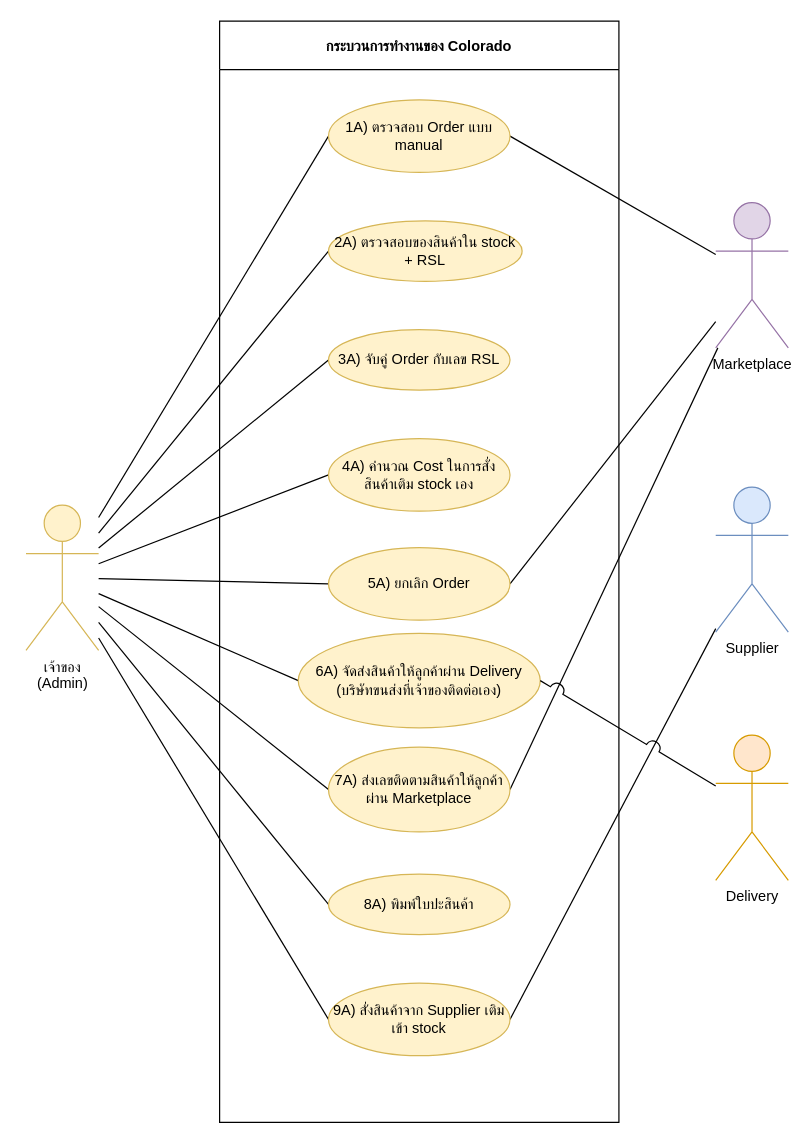
xbpkdi/321-sa-proj keeps this draw.io diagram as 02-chapter2-business-process/src/SA Project - UseCase-As-Is (fixed).drawio.xml. Above is the earlier version. Source tidied: cells renumbered, new cells numbered last; positions are measured from the earlier drawing's top-left corner, leaving out a move shared by most shapes. Both pictures are drawn from the tidied source at 121%, with x=0, y=0 at pixel (25, 21).
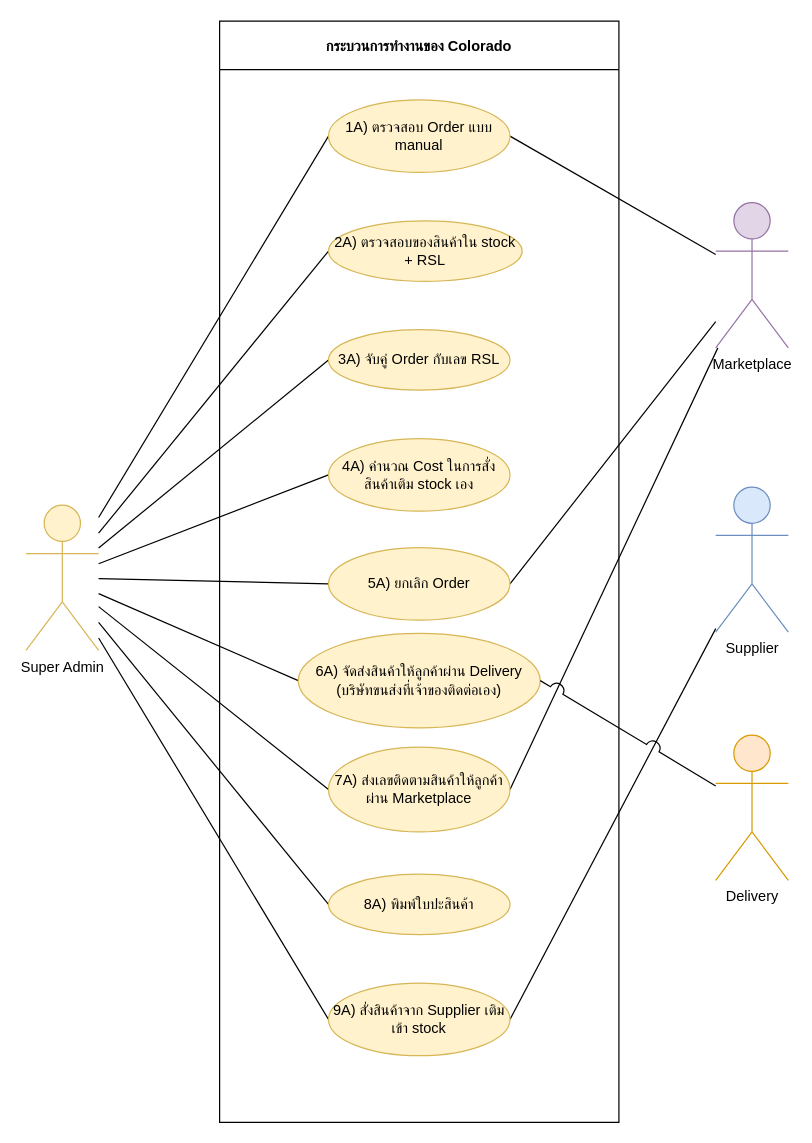
The same page after the edit.

Diff of the diagram source:
```diff
@@
-    <mxCell id="11" value="&lt;div&gt;เจ้าของ&lt;/div&gt;(Admin)" style="shape=umlActor;verticalLabelPosition=bottom;verticalAlign=top;html=1;outlineConnect=0;fillColor=#FFF2CC;strokeColor=#D6B656;" parent="1" vertex="1">
+    <mxCell id="11" value="Super Admin" style="shape=umlActor;verticalLabelPosition=bottom;verticalAlign=top;html=1;outlineConnect=0;fillColor=#FFF2CC;strokeColor=#D6B656;" parent="1" vertex="1">
       <mxGeometry y="400" width="60" height="120" as="geometry" />
     </mxCell>
```
